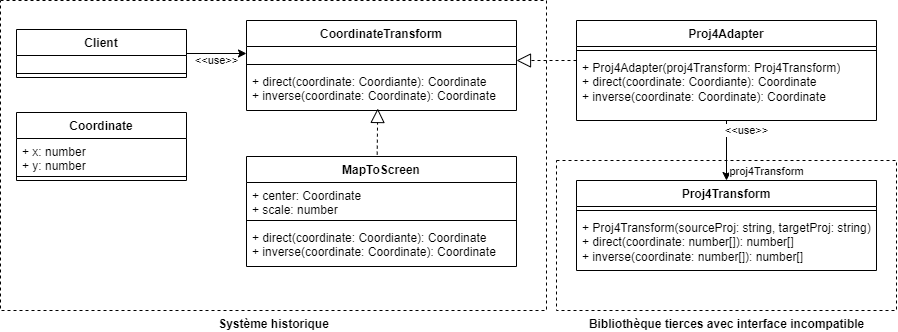
Earlier version of the draw.io export src/annexe/design_pattern/structural/uml/UML_DP_Adapter_CoordinateTransform-solution.png (mborne/cours-patron-conception). Source tidied: cells renumbered, new cells last; positions are measured from the earlier drawing's top-left corner, leaving out a move shared by most shapes. The source it was exported from:
```xml
<mxGraphModel background="#ffffff">
  <root>
    <mxCell id="0" />
    <mxCell id="1" parent="0" />
    <mxCell id="2" value="&lt;b&gt;Bibliothèque tierces avec interface incompatible&lt;/b&gt;" style="verticalLabelPosition=bottom;verticalAlign=top;html=1;shape=mxgraph.basic.rect;fillColor2=none;strokeWidth=1;size=20;indent=5;dashed=1;" parent="1" vertex="1">
      <mxGeometry x="556" y="160" width="340" height="150" as="geometry" />
    </mxCell>
    <mxCell id="3" value="&lt;b&gt;Système historique&lt;/b&gt;" style="verticalLabelPosition=bottom;verticalAlign=top;html=1;shape=mxgraph.basic.rect;fillColor2=none;strokeWidth=1;size=20;indent=5;dashed=1;" parent="1" vertex="1">
      <mxGeometry width="546" height="310" as="geometry" />
    </mxCell>
    <mxCell id="4" value="CoordinateTransform" style="swimlane;fontStyle=1;align=center;verticalAlign=top;horizontal=1;startSize=26;whiteSpace=wrap;html=1;" parent="1" vertex="1">
      <mxGeometry x="246" y="20" width="270" height="90" as="geometry" />
    </mxCell>
    <mxCell id="5" value="&lt;div&gt;&lt;div&gt;&lt;br&gt;&lt;/div&gt;&lt;/div&gt;" style="text;strokeColor=none;fillColor=none;align=left;verticalAlign=top;spacingLeft=4;spacingRight=4;overflow=hidden;points=[[0,0.5],[1,0.5]];portConstraint=eastwest;whiteSpace=wrap;html=1;" parent="4" vertex="1">
      <mxGeometry y="26" width="270" height="14" as="geometry" />
    </mxCell>
    <mxCell id="6" style="line;strokeWidth=1;fillColor=none;align=left;verticalAlign=middle;spacingTop=-1;spacingLeft=3;spacingRight=3;labelPosition=right;strokeColor=inherit;" parent="4" vertex="1">
      <mxGeometry y="40" width="270" height="8" as="geometry" />
    </mxCell>
    <mxCell id="7" value="+ direct(coordinate: Coordiante): Coordinate&lt;div&gt;+ inverse(coordinate: Coordinate): Coordinate&lt;/div&gt;" style="text;strokeColor=none;fillColor=none;align=left;verticalAlign=top;spacingLeft=4;spacingRight=4;overflow=hidden;points=[[0,0.5],[1,0.5]];portConstraint=eastwest;whiteSpace=wrap;html=1;" parent="4" vertex="1">
      <mxGeometry y="48" width="270" height="42" as="geometry" />
    </mxCell>
    <mxCell id="8" value="MapToScreen" style="swimlane;fontStyle=1;align=center;verticalAlign=top;horizontal=1;startSize=26;whiteSpace=wrap;html=1;" parent="1" vertex="1">
      <mxGeometry x="246" y="156" width="270" height="110" as="geometry" />
    </mxCell>
    <mxCell id="9" value="&lt;div&gt;&lt;div&gt;+ center: Coordinate&lt;/div&gt;&lt;/div&gt;&lt;div&gt;+ scale: number&lt;/div&gt;" style="text;strokeColor=none;fillColor=none;align=left;verticalAlign=top;spacingLeft=4;spacingRight=4;overflow=hidden;whiteSpace=wrap;html=1;" parent="8" vertex="1">
      <mxGeometry y="26" width="270" height="34" as="geometry" />
    </mxCell>
    <mxCell id="10" style="line;strokeWidth=1;fillColor=none;align=left;verticalAlign=middle;spacingTop=-1;spacingLeft=3;spacingRight=3;labelPosition=right;strokeColor=inherit;" parent="8" vertex="1">
      <mxGeometry y="60" width="270" height="8" as="geometry" />
    </mxCell>
    <mxCell id="11" value="+ direct(coordinate: Coordiante): Coordinate&lt;div&gt;+ inverse(coordinate: Coordinate): Coordinate&lt;/div&gt;" style="text;strokeColor=none;fillColor=none;align=left;verticalAlign=top;spacingLeft=4;spacingRight=4;overflow=hidden;whiteSpace=wrap;html=1;" parent="8" vertex="1">
      <mxGeometry y="68" width="270" height="42" as="geometry" />
    </mxCell>
    <mxCell id="12" style="endArrow=block;dashed=1;endFill=0;endSize=12;html=1;rounded=0;exitX=0.484;exitY=-0.017;exitDx=0;exitDy=0;exitPerimeter=0;entryX=0.486;entryY=0.952;entryDx=0;entryDy=0;entryPerimeter=0;" parent="1" edge="1" source="8" target="7">
      <mxGeometry relative="1" as="geometry" />
    </mxCell>
    <mxCell id="13" value="Proj4Transform" style="swimlane;fontStyle=1;align=center;verticalAlign=top;horizontal=1;startSize=26;whiteSpace=wrap;html=1;" parent="1" vertex="1">
      <mxGeometry x="576" y="180" width="300" height="90" as="geometry" />
    </mxCell>
    <mxCell id="14" style="line;strokeWidth=1;fillColor=none;align=left;verticalAlign=middle;spacingTop=-1;spacingLeft=3;spacingRight=3;labelPosition=right;strokeColor=inherit;" parent="13" vertex="1">
      <mxGeometry y="26" width="300" height="8" as="geometry" />
    </mxCell>
    <mxCell id="15" value="&lt;div&gt;+&amp;nbsp;&lt;span style=&quot;background-color: initial;&quot;&gt;Proj4Transform(sourceProj: string, targetProj: string)&lt;/span&gt;&lt;/div&gt;+ direct(coordinate: number[]): number[]&lt;div&gt;+ inverse(coordinate: number[]): number[]&lt;/div&gt;" style="text;strokeColor=none;fillColor=none;align=left;verticalAlign=top;spacingLeft=4;spacingRight=4;overflow=hidden;whiteSpace=wrap;html=1;" parent="13" vertex="1">
      <mxGeometry y="34" width="300" height="56" as="geometry" />
    </mxCell>
    <mxCell id="16" value="Client" style="swimlane;fontStyle=1;align=center;verticalAlign=top;horizontal=1;startSize=26;whiteSpace=wrap;html=1;" parent="1" vertex="1">
      <mxGeometry x="16" y="29" width="170" height="48" as="geometry" />
    </mxCell>
    <mxCell id="17" value="&lt;div&gt;&lt;div&gt;&lt;br&gt;&lt;/div&gt;&lt;/div&gt;" style="text;strokeColor=none;fillColor=none;align=left;verticalAlign=top;spacingLeft=4;spacingRight=4;overflow=hidden;whiteSpace=wrap;html=1;" parent="16" vertex="1">
      <mxGeometry y="26" width="170" height="14" as="geometry" />
    </mxCell>
    <mxCell id="18" style="line;strokeWidth=1;fillColor=none;align=left;verticalAlign=middle;spacingTop=-1;spacingLeft=3;spacingRight=3;labelPosition=right;strokeColor=inherit;" parent="16" vertex="1">
      <mxGeometry y="40" width="170" height="8" as="geometry" />
    </mxCell>
    <mxCell id="19" style="edgeStyle=orthogonalEdgeStyle;rounded=0;jettySize=auto;html=1;entryX=0;entryY=0.5;entryDx=0;entryDy=0;" parent="1" edge="1" source="16" target="5">
      <mxGeometry relative="1" as="geometry" />
    </mxCell>
    <mxCell id="20" value="&amp;lt;&amp;lt;use&amp;gt;&amp;gt;" style="edgeLabel;html=1;align=center;verticalAlign=middle;" parent="19" vertex="1">
      <mxGeometry x="0.33" y="-3" relative="1" as="geometry">
        <mxPoint x="-10" y="4" as="offset" />
      </mxGeometry>
    </mxCell>
    <mxCell id="21" style="edgeStyle=orthogonalEdgeStyle;rounded=0;jettySize=auto;html=1;entryX=0.5;entryY=0;entryDx=0;entryDy=0;" parent="1" edge="1" source="24" target="13">
      <mxGeometry relative="1" as="geometry" />
    </mxCell>
    <mxCell id="22" value="&amp;lt;&amp;lt;use&amp;gt;&amp;gt;" style="edgeLabel;html=1;align=center;verticalAlign=middle;" parent="21" vertex="1">
      <mxGeometry x="-0.07" y="2" relative="1" as="geometry">
        <mxPoint x="18" y="-18" as="offset" />
      </mxGeometry>
    </mxCell>
    <mxCell id="23" value="proj4Transform" style="edgeLabel;html=1;align=center;verticalAlign=middle;" parent="21" vertex="1">
      <mxGeometry x="0.74" relative="1" as="geometry">
        <mxPoint x="40" y="-2" as="offset" />
      </mxGeometry>
    </mxCell>
    <mxCell id="24" value="Proj4Adapter" style="swimlane;fontStyle=1;align=center;verticalAlign=top;horizontal=1;startSize=26;whiteSpace=wrap;html=1;" parent="1" vertex="1">
      <mxGeometry x="576" y="20" width="300" height="100" as="geometry" />
    </mxCell>
    <mxCell id="25" style="line;strokeWidth=1;fillColor=none;align=left;verticalAlign=middle;spacingTop=-1;spacingLeft=3;spacingRight=3;labelPosition=right;strokeColor=inherit;" parent="24" vertex="1">
      <mxGeometry y="26" width="300" height="8" as="geometry" />
    </mxCell>
    <mxCell id="26" value="&lt;div&gt;+&amp;nbsp;&lt;span style=&quot;text-align: center; background-color: initial;&quot;&gt;Proj4Adapter(proj4Transform: Proj4Transform)&lt;/span&gt;&lt;/div&gt;+ direct(coordinate: Coordiante): Coordinate&lt;div&gt;+ inverse(coordinate: Coordinate): Coordinate&lt;/div&gt;" style="text;strokeColor=none;fillColor=none;align=left;verticalAlign=top;spacingLeft=4;spacingRight=4;overflow=hidden;whiteSpace=wrap;html=1;" parent="24" vertex="1">
      <mxGeometry y="34" width="300" height="66" as="geometry" />
    </mxCell>
    <mxCell id="27" style="endArrow=block;dashed=1;endFill=0;endSize=12;html=1;rounded=0;" parent="1" edge="1">
      <mxGeometry relative="1" as="geometry">
        <mxPoint x="576" y="60" as="sourcePoint" />
        <mxPoint x="516" y="60" as="targetPoint" />
      </mxGeometry>
    </mxCell>
    <mxCell id="28" value="Coordinate" style="swimlane;fontStyle=1;align=center;verticalAlign=top;horizontal=1;startSize=26;whiteSpace=wrap;html=1;" parent="1" vertex="1">
      <mxGeometry x="16" y="112" width="170" height="68" as="geometry" />
    </mxCell>
    <mxCell id="29" value="&lt;div&gt;&lt;div&gt;+ x: number&lt;/div&gt;&lt;/div&gt;&lt;div&gt;+ y: number&lt;/div&gt;" style="text;strokeColor=none;fillColor=none;align=left;verticalAlign=top;spacingLeft=4;spacingRight=4;overflow=hidden;whiteSpace=wrap;html=1;" parent="28" vertex="1">
      <mxGeometry y="26" width="170" height="34" as="geometry" />
    </mxCell>
    <mxCell id="30" style="line;strokeWidth=1;fillColor=none;align=left;verticalAlign=middle;spacingTop=-1;spacingLeft=3;spacingRight=3;labelPosition=right;strokeColor=inherit;" parent="28" vertex="1">
      <mxGeometry y="60" width="170" height="8" as="geometry" />
    </mxCell>
  </root>
</mxGraphModel>
```
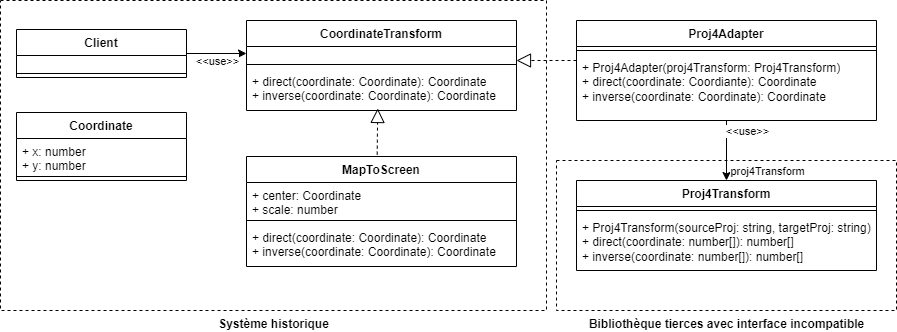
After the commit.

Commit message:
fix(adapter): correction de coquille

Change to the diagram source:
```diff
@@ -17,7 +17,7 @@
     <mxCell id="6" style="line;strokeWidth=1;fillColor=none;align=left;verticalAlign=middle;spacingTop=-1;spacingLeft=3;spacingRight=3;labelPosition=right;strokeColor=inherit;" parent="4" vertex="1">
       <mxGeometry y="40" width="270" height="8" as="geometry" />
     </mxCell>
-    <mxCell id="7" value="+ direct(coordinate: Coordiante): Coordinate&lt;div&gt;+ inverse(coordinate: Coordinate): Coordinate&lt;/div&gt;" style="text;strokeColor=none;fillColor=none;align=left;verticalAlign=top;spacingLeft=4;spacingRight=4;overflow=hidden;points=[[0,0.5],[1,0.5]];portConstraint=eastwest;whiteSpace=wrap;html=1;" parent="4" vertex="1">
+    <mxCell id="7" value="+ direct(coordinate: Coordinate): Coordinate&lt;div&gt;+ inverse(coordinate: Coordinate): Coordinate&lt;/div&gt;" style="text;strokeColor=none;fillColor=none;align=left;verticalAlign=top;spacingLeft=4;spacingRight=4;overflow=hidden;points=[[0,0.5],[1,0.5]];portConstraint=eastwest;whiteSpace=wrap;html=1;" parent="4" vertex="1">
       <mxGeometry y="48" width="270" height="42" as="geometry" />
     </mxCell>
     <mxCell id="8" value="MapToScreen" style="swimlane;fontStyle=1;align=center;verticalAlign=top;horizontal=1;startSize=26;whiteSpace=wrap;html=1;" parent="1" vertex="1">
@@ -29,7 +29,7 @@
     <mxCell id="10" style="line;strokeWidth=1;fillColor=none;align=left;verticalAlign=middle;spacingTop=-1;spacingLeft=3;spacingRight=3;labelPosition=right;strokeColor=inherit;" parent="8" vertex="1">
       <mxGeometry y="60" width="270" height="8" as="geometry" />
     </mxCell>
-    <mxCell id="11" value="+ direct(coordinate: Coordiante): Coordinate&lt;div&gt;+ inverse(coordinate: Coordinate): Coordinate&lt;/div&gt;" style="text;strokeColor=none;fillColor=none;align=left;verticalAlign=top;spacingLeft=4;spacingRight=4;overflow=hidden;whiteSpace=wrap;html=1;" parent="8" vertex="1">
+    <mxCell id="11" value="+ direct(coordinate: Coordinate): Coordinate&lt;div&gt;+ inverse(coordinate: Coordinate): Coordinate&lt;/div&gt;" style="text;strokeColor=none;fillColor=none;align=left;verticalAlign=top;spacingLeft=4;spacingRight=4;overflow=hidden;whiteSpace=wrap;html=1;" parent="8" vertex="1">
       <mxGeometry y="68" width="270" height="42" as="geometry" />
     </mxCell>
     <mxCell id="12" style="endArrow=block;dashed=1;endFill=0;endSize=12;html=1;rounded=0;exitX=0.484;exitY=-0.017;exitDx=0;exitDy=0;exitPerimeter=0;entryX=0.486;entryY=0.952;entryDx=0;entryDy=0;entryPerimeter=0;" parent="1" edge="1" source="8" target="7">
```
